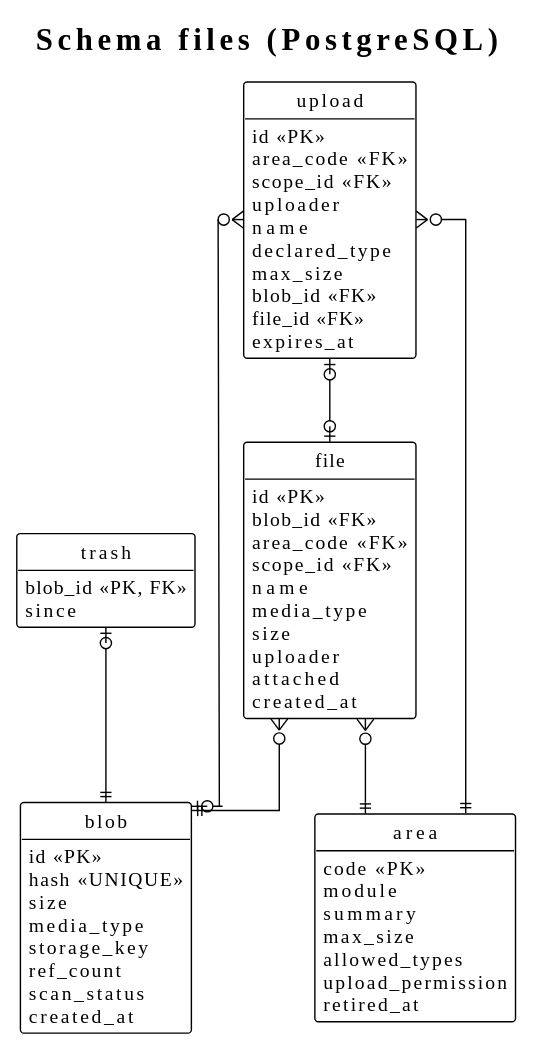
didactika/kampus keeps this PlantUML diagram as docs/03-design/data-model/files.svg. Above is the earlier version.
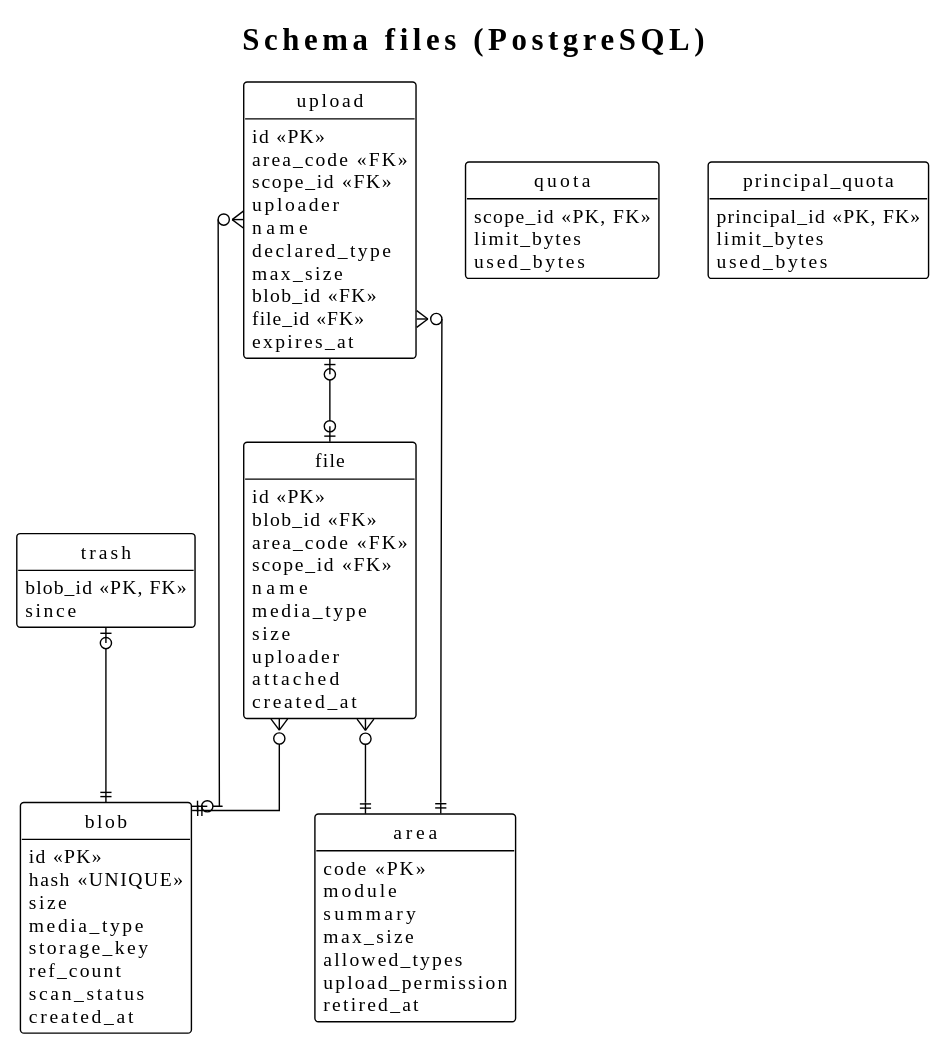
Later version of the same file.

The edit, as a diff of the source:
```diff
@@ -48,6 +48,16 @@
   file_id <<FK>>
   expires_at
 }
+entity quota {
+  scope_id <<PK, FK>>
+  limit_bytes
+  used_bytes
+}
+entity principal_quota {
+  principal_id <<PK, FK>>
+  limit_bytes
+  used_bytes
+}
 entity trash {
   blob_id <<PK, FK>>
   since
```
